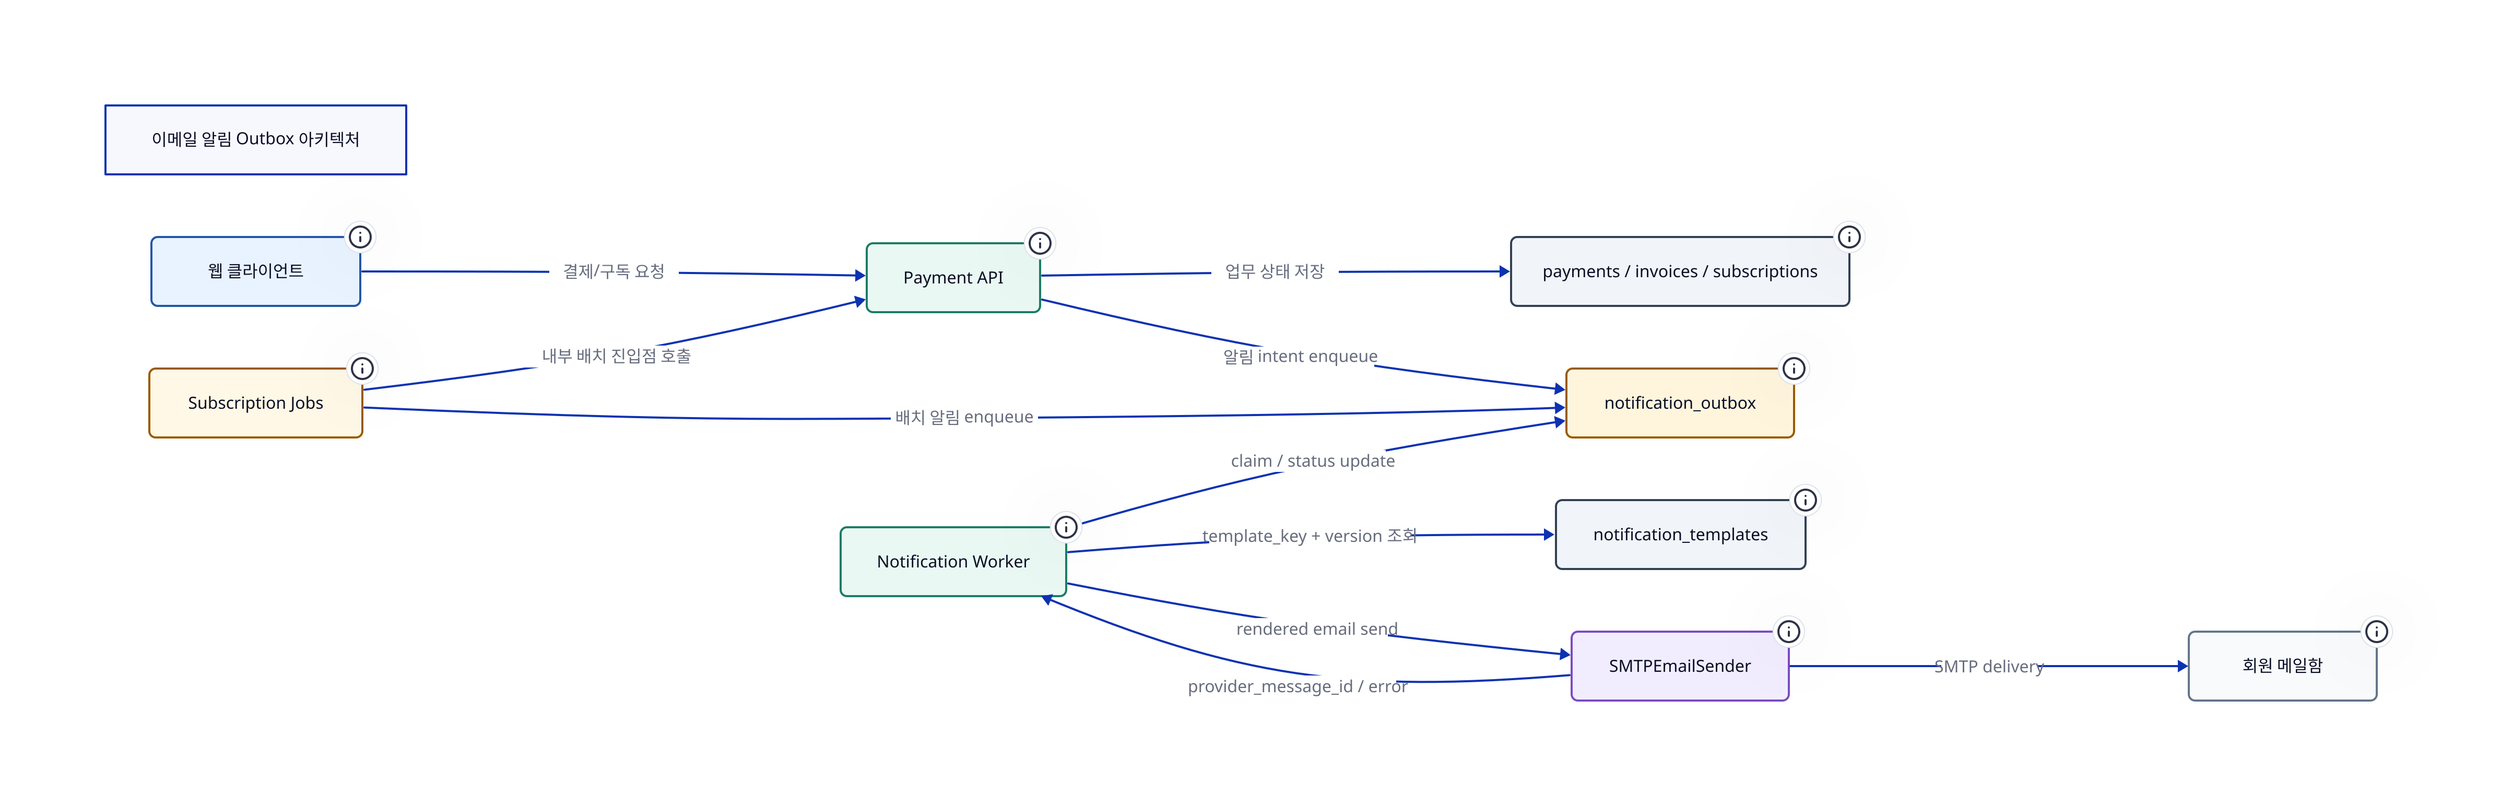
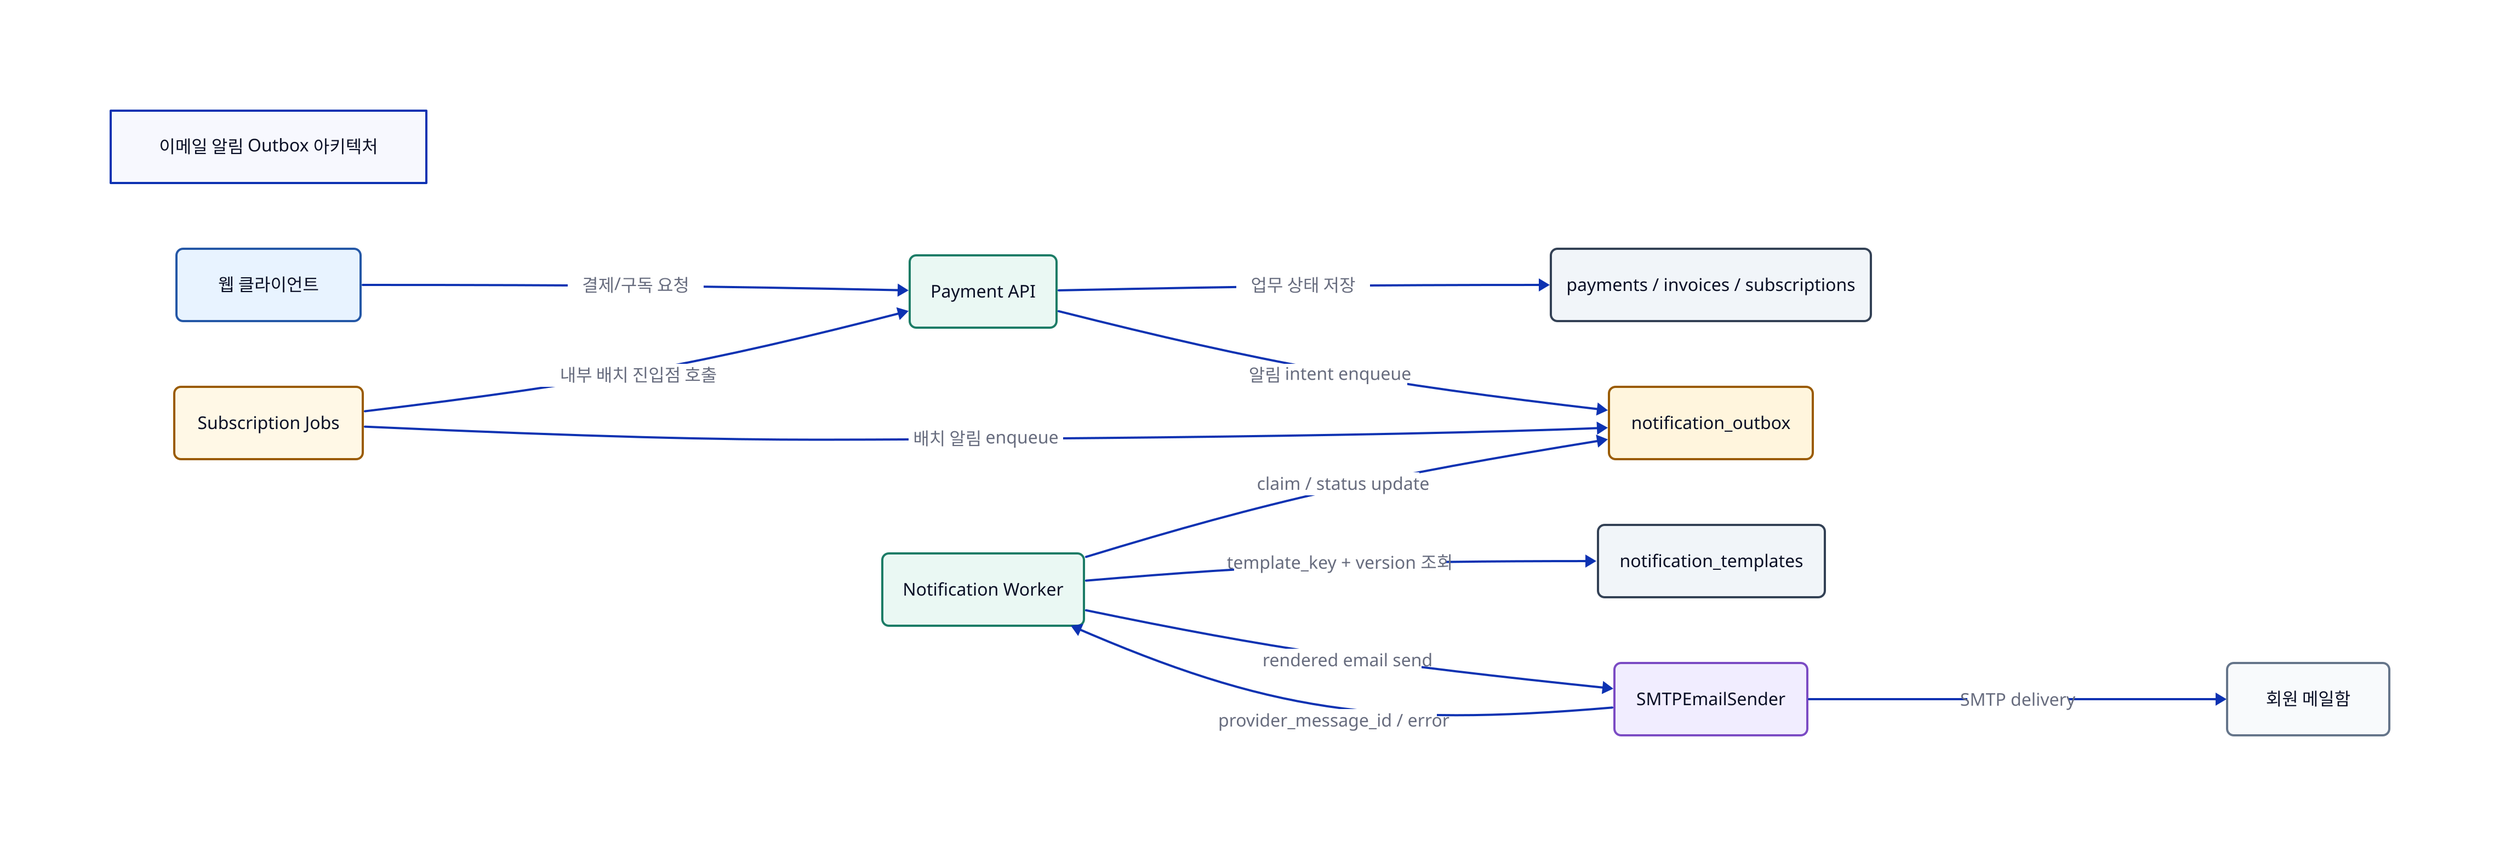
direction: right
title: "이메일 알림 Outbox 아키텍처"

client: "웹 클라이언트" {
  shape: rectangle
-   tooltip: "결제와 구독 화면을 호출합니다."
  style.fill: "#e8f3ff"
  style.stroke: "#2457a6"
  style.border-radius: 6
}
payment_api: "Payment API" {
  shape: rectangle
-   tooltip: "일반결제, 구독, 청구 API를 처리합니다."
  style.fill: "#eaf8f3"
  style.stroke: "#1c7c66"
  style.border-radius: 6
}
subscription_jobs: "Subscription Jobs" {
  shape: rectangle
-   tooltip: "정기 결제, 재시도, 해지 만료 배치를 실행합니다."
  style.fill: "#fff8e6"
  style.stroke: "#9a5b00"
  style.border-radius: 6
}
business_state: "payments / invoices / subscriptions" {
  shape: rectangle
-   tooltip: "결제, 인보이스, 구독의 최종 업무 상태입니다."
  style.fill: "#f1f5f9"
  style.stroke: "#334155"
  style.border-radius: 6
}
notification_outbox: "notification_outbox" {
  shape: rectangle
-   tooltip: "메일 발송 요청, status, lock, retry 정보를 저장하는 내구성 큐입니다."
  style.fill: "#fff5dd"
  style.stroke: "#9a5b00"
  style.border-radius: 6
}
notification_templates: "notification_templates" {
  shape: rectangle
-   tooltip: "상품별 template_key, version, subject/html/text 본문을 저장합니다."
  style.fill: "#f1f5f9"
  style.stroke: "#334155"
  style.border-radius: 6
}
notification_worker: "Notification Worker" {
  shape: rectangle
-   tooltip: "available_at이 지난 outbox item을 claim하고 렌더링 후 발송합니다."
  style.fill: "#eaf8f3"
  style.stroke: "#1c7c66"
  style.border-radius: 6
}
smtp_adapter: "SMTPEmailSender" {
  shape: rectangle
-   tooltip: "SMTP 서버로 렌더링된 이메일을 전송합니다."
  style.fill: "#f1edff"
  style.stroke: "#7b4bc4"
  style.border-radius: 6
}
mailbox: "회원 메일함" {
  shape: rectangle
-   tooltip: "결제 예정, 성공, 실패, 해지 안내 메일을 받습니다."
  style.fill: "#f8fafc"
  style.stroke: "#65758a"
  style.border-radius: 6
}

client -> payment_api: "결제/구독 요청"
subscription_jobs -> payment_api: "내부 배치 진입점 호출"
payment_api -> business_state: "업무 상태 저장"
payment_api -> notification_outbox: "알림 intent enqueue"
subscription_jobs -> notification_outbox: "배치 알림 enqueue"
notification_worker -> notification_outbox: "claim / status update"
notification_worker -> notification_templates: "template_key + version 조회"
notification_worker -> smtp_adapter: "rendered email send"
smtp_adapter -> mailbox: "SMTP delivery"
smtp_adapter -> notification_worker: "provider_message_id / error"
